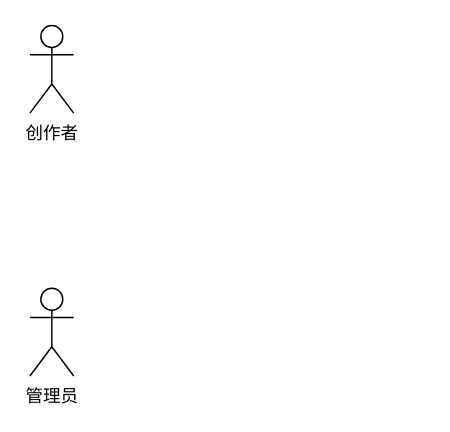
This is 未命名绘图.drawio from LZJ20020810/EChartsExercise, a draw.io file, before an edit. Source tidied: cells renumbered, new cells numbered last; positions are measured from the earlier drawing's top-left corner, leaving out a move shared by most shapes. Both pictures are drawn from the tidied source at 146%, with x=0, y=0 at pixel (29, 25).
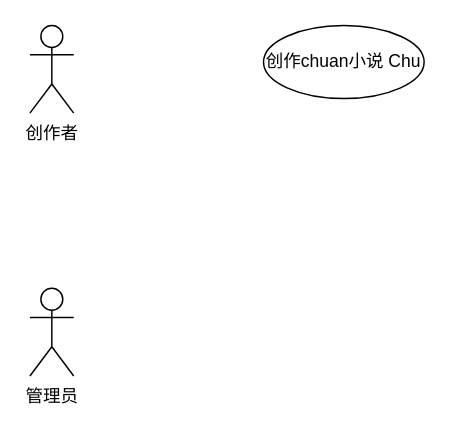
The same diagram, later.

Commit message (it also covers changes not shown here):
更新未命名绘图.drawio

What changed in the source:
```diff
@@
 <mxGraphModel>
   <root>
     <mxCell id="0" />
     <mxCell id="1" parent="0" />
     <mxCell id="2" value="创作者" style="shape=umlActor;verticalLabelPosition=bottom;verticalAlign=top;html=1;" parent="1" vertex="1">
       <mxGeometry width="30" height="60" as="geometry" />
     </mxCell>
     <mxCell id="3" value="管理员" style="shape=umlActor;verticalLabelPosition=bottom;verticalAlign=top;html=1;" parent="1" vertex="1">
       <mxGeometry y="180" width="30" height="60" as="geometry" />
     </mxCell>
+    <mxCell id="4" value="创作chuan小说 Chu" style="ellipse;whiteSpace=wrap;html=1;" parent="1" vertex="1">
+      <mxGeometry x="160" width="110" height="50" as="geometry" />
+    </mxCell>
   </root>
 </mxGraphModel>
```
